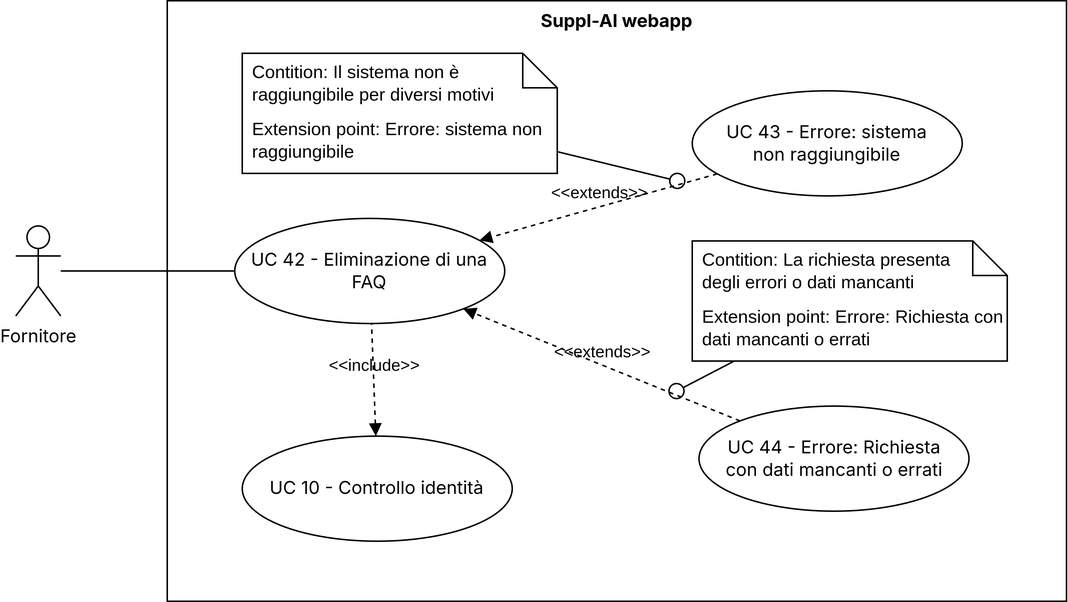
The draw.io diagram 3 - PB/imgs/uc42.png in CodeHex16/documentazione, before a commit. Source tidied: cells renumbered, new cells last; positions are measured from the earlier drawing's top-left corner, leaving out a move shared by most shapes.
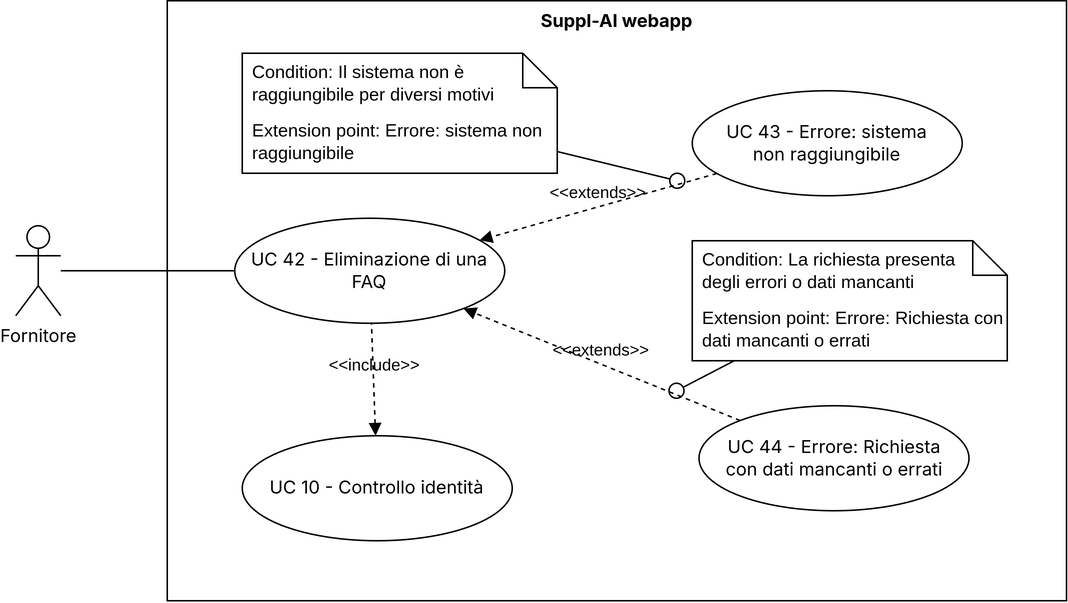
Above is the later version.

Change to the diagram source:
```diff
@@ -28,7 +28,7 @@
     <mxCell id="9" value="&lt;br&gt;Extension point: Errore: sistema non raggiungibile" style="shape=note2;boundedLbl=1;whiteSpace=wrap;html=1;size=23;verticalAlign=top;align=left;spacingLeft=5;" parent="1" vertex="1">
       <mxGeometry x="151" y="35" width="210" height="80" as="geometry" />
     </mxCell>
-    <mxCell id="10" value="&lt;span style=&quot;text-align: center;&quot;&gt;Contition: Il sistema non è raggiungibile per diversi motivi&lt;/span&gt;" style="strokeColor=none;fillColor=none;align=left;spacingLeft=5;whiteSpace=wrap;html=1;" parent="9" vertex="1">
+    <mxCell id="10" value="&lt;span style=&quot;text-align: center;&quot;&gt;Condition&lt;/span&gt;&lt;span style=&quot;text-align: center;&quot;&gt;: Il sistema non è raggiungibile per diversi motivi&lt;/span&gt;" style="strokeColor=none;fillColor=none;align=left;spacingLeft=5;whiteSpace=wrap;html=1;" parent="9" vertex="1">
       <mxGeometry width="210" height="40" relative="1" as="geometry" />
     </mxCell>
     <mxCell id="11" style="edgeStyle=orthogonalEdgeStyle;rounded=0;orthogonalLoop=1;jettySize=auto;html=1;exitX=0.5;exitY=1;exitDx=0;exitDy=0;" parent="9" edge="1" source="10" target="10">
@@ -48,7 +48,7 @@
     <mxCell id="15" value="&lt;br&gt;Extension point: Errore: Richiesta con dati mancanti o errati" style="shape=note2;boundedLbl=1;whiteSpace=wrap;html=1;size=23;verticalAlign=top;align=left;spacingLeft=5;" parent="1" vertex="1">
       <mxGeometry x="451" y="160" width="210" height="80" as="geometry" />
     </mxCell>
-    <mxCell id="16" value="&lt;span style=&quot;text-align: center;&quot;&gt;Contition: La richiesta presenta&lt;/span&gt;&lt;br style=&quot;text-align: center;&quot;&gt;&lt;span style=&quot;text-align: center;&quot;&gt;degli errori o dati mancanti&amp;nbsp;&amp;nbsp;&lt;/span&gt;" style="strokeColor=none;fillColor=none;align=left;spacingLeft=5;whiteSpace=wrap;html=1;" parent="15" vertex="1">
+    <mxCell id="16" value="&lt;span style=&quot;text-align: center;&quot;&gt;Condition&lt;/span&gt;&lt;span style=&quot;text-align: center;&quot;&gt;: La richiesta presenta&lt;/span&gt;&lt;br style=&quot;text-align: center;&quot;&gt;&lt;span style=&quot;text-align: center;&quot;&gt;degli errori o dati mancanti&amp;nbsp;&amp;nbsp;&lt;/span&gt;" style="strokeColor=none;fillColor=none;align=left;spacingLeft=5;whiteSpace=wrap;html=1;" parent="15" vertex="1">
       <mxGeometry width="210" height="40" relative="1" as="geometry" />
     </mxCell>
     <mxCell id="17" style="edgeStyle=orthogonalEdgeStyle;rounded=0;orthogonalLoop=1;jettySize=auto;html=1;exitX=0.5;exitY=1;exitDx=0;exitDy=0;" parent="15" edge="1" source="16" target="16">
```
